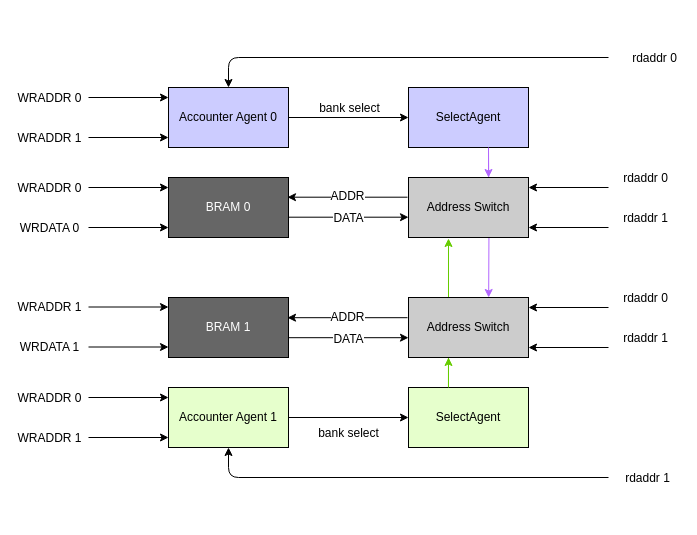
This is page "Read Switch" (2 of 3) of doc/figures.drawio from dpretet/meduram, a draw.io file, before an edit. Source tidied: cells renumbered, new cells numbered last; positions are measured from the earlier drawing's top-left corner, leaving out a move shared by most shapes. Both pictures are drawn from the tidied source at 100%, with x=0, y=0 at pixel (88, 57).
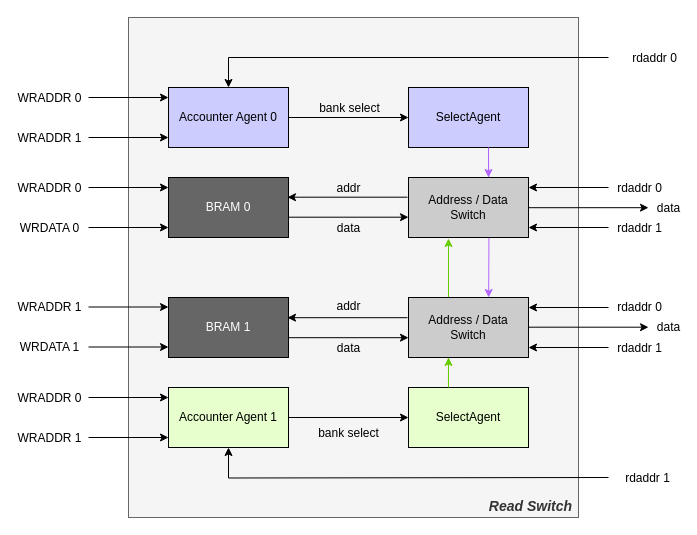
Above is the later version.

Unchanged cells that the change refers to:
```xml
<mxCell id="4" style="edgeStyle=orthogonalEdgeStyle;rounded=0;jettySize=auto;html=1;exitX=1;exitY=0.5;exitDx=0;exitDy=0;" parent="1" edge="1" source="6" target="7">
  <mxGeometry relative="1" as="geometry" />
</mxCell>
<mxCell id="6" value="Accounter Agent 0" style="rounded=0;whiteSpace=wrap;html=1;fillColor=#CCCCFF;" parent="1" vertex="1">
  <mxGeometry x="80" y="30" width="120" height="60" as="geometry" />
</mxCell>
<mxCell id="14" value="Accounter Agent 1" style="rounded=0;whiteSpace=wrap;html=1;fillColor=#E6FFCC;" parent="1" vertex="1">
  <mxGeometry x="80" y="330" width="120" height="60" as="geometry" />
</mxCell>
<mxCell id="19" style="endArrow=classic;html=1;entryX=1;entryY=0.5;entryDx=0;entryDy=0;edgeStyle=orthogonalEdgeStyle;" parent="1" edge="1">
  <mxGeometry relative="1" as="geometry">
    <mxPoint x="520" y="130" as="sourcePoint" />
    <mxPoint x="440" y="130" as="targetPoint" />
  </mxGeometry>
</mxCell>
<mxCell id="21" style="endArrow=classic;html=1;entryX=1;entryY=0.5;entryDx=0;entryDy=0;edgeStyle=orthogonalEdgeStyle;" parent="1" edge="1">
  <mxGeometry relative="1" as="geometry">
    <mxPoint x="520" y="170" as="sourcePoint" />
    <mxPoint x="440" y="170" as="targetPoint" />
  </mxGeometry>
</mxCell>
<mxCell id="23" style="endArrow=classic;html=1;entryX=1;entryY=0.5;entryDx=0;entryDy=0;edgeStyle=orthogonalEdgeStyle;" parent="1" edge="1">
  <mxGeometry relative="1" as="geometry">
    <mxPoint x="520" y="250" as="sourcePoint" />
    <mxPoint x="440" y="250" as="targetPoint" />
  </mxGeometry>
</mxCell>
<mxCell id="25" style="endArrow=classic;html=1;entryX=1;entryY=0.5;entryDx=0;entryDy=0;edgeStyle=orthogonalEdgeStyle;" parent="1" edge="1">
  <mxGeometry relative="1" as="geometry">
    <mxPoint x="520" y="290" as="sourcePoint" />
    <mxPoint x="440" y="290" as="targetPoint" />
  </mxGeometry>
</mxCell>
<mxCell id="46" style="edgeStyle=orthogonalEdgeStyle;rounded=0;orthogonalLoop=1;jettySize=auto;html=1;entryX=1;entryY=0.5;entryDx=0;entryDy=0;" parent="1" edge="1">
  <mxGeometry relative="1" as="geometry">
    <mxPoint x="200" y="280.2" as="sourcePoint" />
    <mxPoint x="320" y="280.2" as="targetPoint" />
  </mxGeometry>
</mxCell>
<mxCell id="48" style="edgeStyle=orthogonalEdgeStyle;rounded=0;orthogonalLoop=1;jettySize=auto;html=1;entryX=1;entryY=0.5;entryDx=0;entryDy=0;" parent="1" edge="1">
  <mxGeometry relative="1" as="geometry">
    <mxPoint x="319" y="260.2" as="sourcePoint" />
    <mxPoint x="199" y="260.2" as="targetPoint" />
  </mxGeometry>
</mxCell>
<mxCell id="50" style="edgeStyle=orthogonalEdgeStyle;rounded=0;orthogonalLoop=1;jettySize=auto;html=1;entryX=1;entryY=0.5;entryDx=0;entryDy=0;" parent="1" edge="1">
  <mxGeometry relative="1" as="geometry">
    <mxPoint x="200" y="159.7" as="sourcePoint" />
    <mxPoint x="320" y="159.7" as="targetPoint" />
  </mxGeometry>
</mxCell>
<mxCell id="52" style="edgeStyle=orthogonalEdgeStyle;rounded=0;orthogonalLoop=1;jettySize=auto;html=1;entryX=1;entryY=0.5;entryDx=0;entryDy=0;" parent="1" edge="1">
  <mxGeometry relative="1" as="geometry">
    <mxPoint x="319" y="139.7" as="sourcePoint" />
    <mxPoint x="199" y="139.7" as="targetPoint" />
  </mxGeometry>
</mxCell>
```

What changed in the source:
```diff
@@
+    <mxCell id="54" value="Read Switch&amp;nbsp;" style="rounded=0;whiteSpace=wrap;html=1;fontSize=14;align=right;fillColor=#f5f5f5;strokeColor=#666666;fontColor=#333333;verticalAlign=bottom;fontStyle=3;" parent="1" vertex="1">
+      <mxGeometry x="40" y="-40" width="450" height="500" as="geometry" />
+    </mxCell>
@@
-    <mxCell id="5" value="bank select" style="text;html=1;align=center;verticalAlign=middle;labelBackgroundColor=#ffffff;" parent="4" vertex="1">
+    <mxCell id="5" value="bank select" style="text;html=1;align=center;verticalAlign=middle;labelBackgroundColor=none;" parent="4" vertex="1">
       <mxGeometry x="0.15" y="4" relative="1" as="geometry">
         <mxPoint x="-9" y="-6" as="offset" />
       </mxGeometry>
     </mxCell>
@@
-    <mxCell id="8" style="endArrow=classic;html=1;entryX=0.5;entryY=0;entryDx=0;entryDy=0;edgeStyle=orthogonalEdgeStyle;" parent="1" edge="1" target="6">
+    <mxCell id="8" style="endArrow=classic;html=1;entryX=0.5;entryY=0;entryDx=0;entryDy=0;edgeStyle=orthogonalEdgeStyle;rounded=0;" parent="1" edge="1" target="6">
       <mxGeometry relative="1" as="geometry">
         <mxPoint x="520" as="sourcePoint" />
         <Array as="points">
           <mxPoint x="520" />
           <mxPoint x="140" />
         </Array>
       </mxGeometry>
     </mxCell>
@@
-    <mxCell id="10" value="Address Switch" style="rounded=0;whiteSpace=wrap;html=1;fillColor=#CCCCCC;" parent="1" vertex="1">
+    <mxCell id="10" value="Address / Data Switch" style="rounded=0;whiteSpace=wrap;html=1;fillColor=#CCCCCC;" parent="1" vertex="1">
       <mxGeometry x="320" y="120" width="120" height="60" as="geometry" />
     </mxCell>
@@
-    <mxCell id="16" style="endArrow=classic;html=1;entryX=0.5;entryY=1;entryDx=0;entryDy=0;edgeStyle=orthogonalEdgeStyle;" parent="1" edge="1" target="14">
+    <mxCell id="16" style="endArrow=classic;html=1;entryX=0.5;entryY=1;entryDx=0;entryDy=0;edgeStyle=orthogonalEdgeStyle;rounded=0;" parent="1" edge="1" target="14">
       <mxGeometry relative="1" as="geometry">
         <mxPoint x="520" y="420" as="sourcePoint" />
-        <Array as="points">
-          <mxPoint x="520" y="420" />
-          <mxPoint x="140" y="420" />
-        </Array>
       </mxGeometry>
     </mxCell>
@@
-    <mxCell id="18" value="Address Switch" style="rounded=0;whiteSpace=wrap;html=1;fillColor=#CCCCCC;" parent="1" vertex="1">
+    <mxCell id="18" value="Address / Data Switch" style="rounded=0;whiteSpace=wrap;html=1;fillColor=#CCCCCC;" parent="1" vertex="1">
       <mxGeometry x="320" y="240" width="120" height="60" as="geometry" />
     </mxCell>
@@
     <mxCell id="20" value="rdaddr 0" style="text;html=1;align=center;verticalAlign=middle;labelBackgroundColor=#ffffff;" parent="19" vertex="1">
       <mxGeometry x="-0.22" relative="1" as="geometry">
-        <mxPoint x="67" y="-10" as="offset" />
+        <mxPoint x="61.5" as="offset" />
       </mxGeometry>
     </mxCell>
@@
     <mxCell id="22" value="rdaddr 1" style="text;html=1;align=center;verticalAlign=middle;labelBackgroundColor=#ffffff;" parent="21" vertex="1">
       <mxGeometry x="-0.22" relative="1" as="geometry">
-        <mxPoint x="67" y="-10" as="offset" />
+        <mxPoint x="61.5" as="offset" />
       </mxGeometry>
     </mxCell>
@@
     <mxCell id="24" value="rdaddr 0" style="text;html=1;align=center;verticalAlign=middle;labelBackgroundColor=#ffffff;" parent="23" vertex="1">
       <mxGeometry x="-0.22" relative="1" as="geometry">
-        <mxPoint x="67" y="-10" as="offset" />
+        <mxPoint x="61.5" y="-1" as="offset" />
       </mxGeometry>
     </mxCell>
@@
     <mxCell id="26" value="rdaddr 1" style="text;html=1;align=center;verticalAlign=middle;labelBackgroundColor=#ffffff;" parent="25" vertex="1">
       <mxGeometry x="-0.22" relative="1" as="geometry">
-        <mxPoint x="67" y="-10" as="offset" />
+        <mxPoint x="61.5" as="offset" />
       </mxGeometry>
     </mxCell>
@@
-    <mxCell id="29" value="bank select" style="text;html=1;align=center;verticalAlign=middle;labelBackgroundColor=#ffffff;" parent="1" vertex="1">
+    <mxCell id="29" value="bank select" style="text;html=1;align=center;verticalAlign=middle;labelBackgroundColor=none;" parent="1" vertex="1">
       <mxGeometry x="303.9" y="380.1" as="geometry">
         <mxPoint x="-44" y="-5" as="offset" />
       </mxGeometry>
     </mxCell>
@@
-    <mxCell id="47" value="DATA" style="text;html=1;align=center;verticalAlign=middle;labelBackgroundColor=#ffffff;fontColor=#000000;" parent="46" vertex="1">
-      <mxGeometry x="-0.01" y="-1" relative="1" as="geometry" />
+    <mxCell id="47" value="data" style="text;html=1;align=center;verticalAlign=middle;labelBackgroundColor=none;fontColor=#000000;" parent="46" vertex="1">
+      <mxGeometry x="-0.01" y="-1" relative="1" as="geometry">
+        <mxPoint x="0.5" y="9" as="offset" />
+      </mxGeometry>
     </mxCell>
@@
-    <mxCell id="49" value="ADDR" style="text;html=1;align=center;verticalAlign=middle;labelBackgroundColor=#ffffff;fontColor=#000000;" parent="48" vertex="1">
-      <mxGeometry x="0.01" y="-1" relative="1" as="geometry" />
+    <mxCell id="49" value="addr" style="text;html=1;align=center;verticalAlign=middle;labelBackgroundColor=none;fontColor=#000000;" parent="48" vertex="1">
+      <mxGeometry x="0.01" y="-1" relative="1" as="geometry">
+        <mxPoint x="1.5" y="-10.5" as="offset" />
+      </mxGeometry>
     </mxCell>
@@
-    <mxCell id="51" value="DATA" style="text;html=1;align=center;verticalAlign=middle;labelBackgroundColor=#ffffff;fontColor=#000000;" parent="50" vertex="1">
-      <mxGeometry x="-0.01" y="-1" relative="1" as="geometry" />
+    <mxCell id="51" value="data" style="text;html=1;align=center;verticalAlign=middle;labelBackgroundColor=none;fontColor=#000000;" parent="50" vertex="1">
+      <mxGeometry x="-0.01" y="-1" relative="1" as="geometry">
+        <mxPoint x="0.5" y="9.5" as="offset" />
+      </mxGeometry>
     </mxCell>
@@
-    <mxCell id="53" value="ADDR" style="text;html=1;align=center;verticalAlign=middle;labelBackgroundColor=#ffffff;fontColor=#000000;" parent="52" vertex="1">
-      <mxGeometry x="0.01" y="-1" relative="1" as="geometry" />
+    <mxCell id="53" value="addr" style="text;html=1;align=center;verticalAlign=middle;labelBackgroundColor=none;fontColor=#000000;" parent="52" vertex="1">
+      <mxGeometry x="0.01" y="-1" relative="1" as="geometry">
+        <mxPoint x="1.5" y="-8.5" as="offset" />
+      </mxGeometry>
     </mxCell>
+    <mxCell id="55" style="edgeStyle=orthogonalEdgeStyle;rounded=0;orthogonalLoop=1;jettySize=auto;html=1;entryX=1;entryY=0.5;entryDx=0;entryDy=0;" parent="1" edge="1">
+      <mxGeometry relative="1" as="geometry">
+        <mxPoint x="440" y="150.2" as="sourcePoint" />
+        <mxPoint x="560" y="150.2" as="targetPoint" />
+      </mxGeometry>
+    </mxCell>
+    <mxCell id="56" value="data" style="text;html=1;align=center;verticalAlign=middle;labelBackgroundColor=#ffffff;fontColor=#000000;" parent="55" vertex="1">
+      <mxGeometry x="-0.01" y="-1" relative="1" as="geometry">
+        <mxPoint x="80.5" y="-1" as="offset" />
+      </mxGeometry>
+    </mxCell>
+    <mxCell id="57" style="edgeStyle=orthogonalEdgeStyle;rounded=0;orthogonalLoop=1;jettySize=auto;html=1;entryX=1;entryY=0.5;entryDx=0;entryDy=0;" parent="1" edge="1">
+      <mxGeometry relative="1" as="geometry">
+        <mxPoint x="440" y="269.7" as="sourcePoint" />
+        <mxPoint x="560" y="269.7" as="targetPoint" />
+      </mxGeometry>
+    </mxCell>
+    <mxCell id="58" value="data" style="text;html=1;align=center;verticalAlign=middle;labelBackgroundColor=#ffffff;fontColor=#000000;" parent="57" vertex="1">
+      <mxGeometry x="-0.01" y="-1" relative="1" as="geometry">
+        <mxPoint x="80.5" y="-1" as="offset" />
+      </mxGeometry>
+    </mxCell>
```
